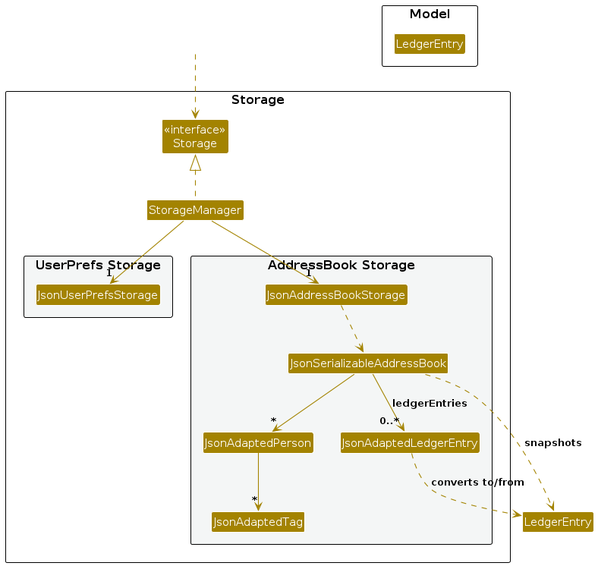
The PlantUML diagram diagrams/StorageClassDiagram.png in AY2627S1-CS2103T-F15-1/tp, before a commit. Its source is kept beside it as diagrams/StorageClassDiagram.puml.
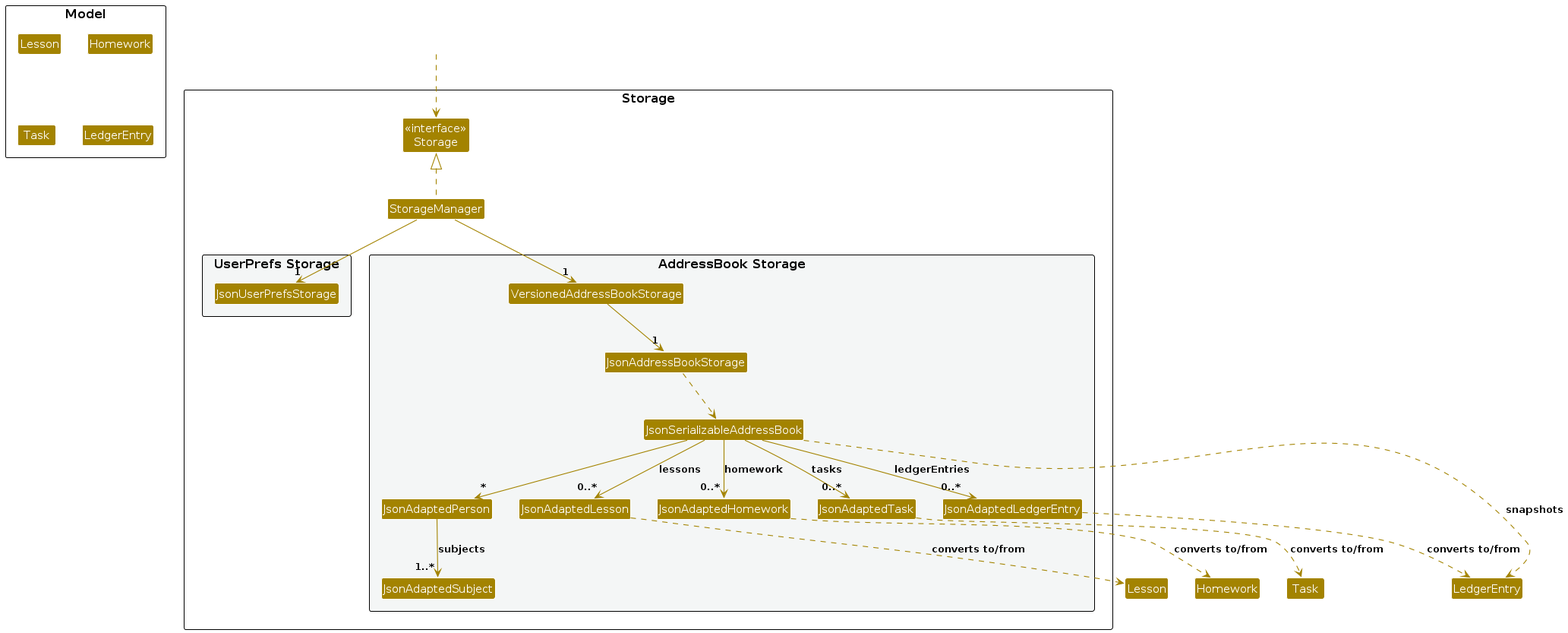
After the change.

The edit, as a diff of the source:
```diff
@@ -15,9 +15,13 @@
 
 package "AddressBook Storage" #F4F6F6{
 Class JsonAddressBookStorage
+Class VersionedAddressBookStorage
 Class JsonSerializableAddressBook
 Class JsonAdaptedPerson
-Class JsonAdaptedTag
+Class JsonAdaptedSubject
+Class JsonAdaptedLesson
+Class JsonAdaptedHomework
+Class JsonAdaptedTask
 Class JsonAdaptedLedgerEntry
 }
 
@@ -28,16 +32,27 @@
 
 StorageManager .up.|> Storage
 StorageManager -down-> "1" JsonUserPrefsStorage
-StorageManager -down-> "1" JsonAddressBookStorage
+StorageManager -down-> "1" VersionedAddressBookStorage
+
+VersionedAddressBookStorage -down-> "1" JsonAddressBookStorage
 
 JsonAddressBookStorage ..> JsonSerializableAddressBook
 JsonSerializableAddressBook --> "*" JsonAdaptedPerson
-JsonAdaptedPerson --> "*" JsonAdaptedTag
+JsonSerializableAddressBook --> "0..*" JsonAdaptedLesson : lessons
+JsonSerializableAddressBook --> "0..*" JsonAdaptedHomework : homework
+JsonSerializableAddressBook --> "0..*" JsonAdaptedTask : tasks
+JsonAdaptedPerson --> "1..*" JsonAdaptedSubject : subjects
 JsonSerializableAddressBook --> "0..*" JsonAdaptedLedgerEntry : ledgerEntries
+JsonAdaptedLesson ..> Lesson : converts to/from
+JsonAdaptedHomework ..> Homework : converts to/from
+JsonAdaptedTask ..> Task : converts to/from
 JsonAdaptedLedgerEntry ..> LedgerEntry : converts to/from
 JsonSerializableAddressBook ..> LedgerEntry : snapshots
 
 package Model {
+Class Lesson
+Class Homework
+Class Task
 Class LedgerEntry
 }
 
```
